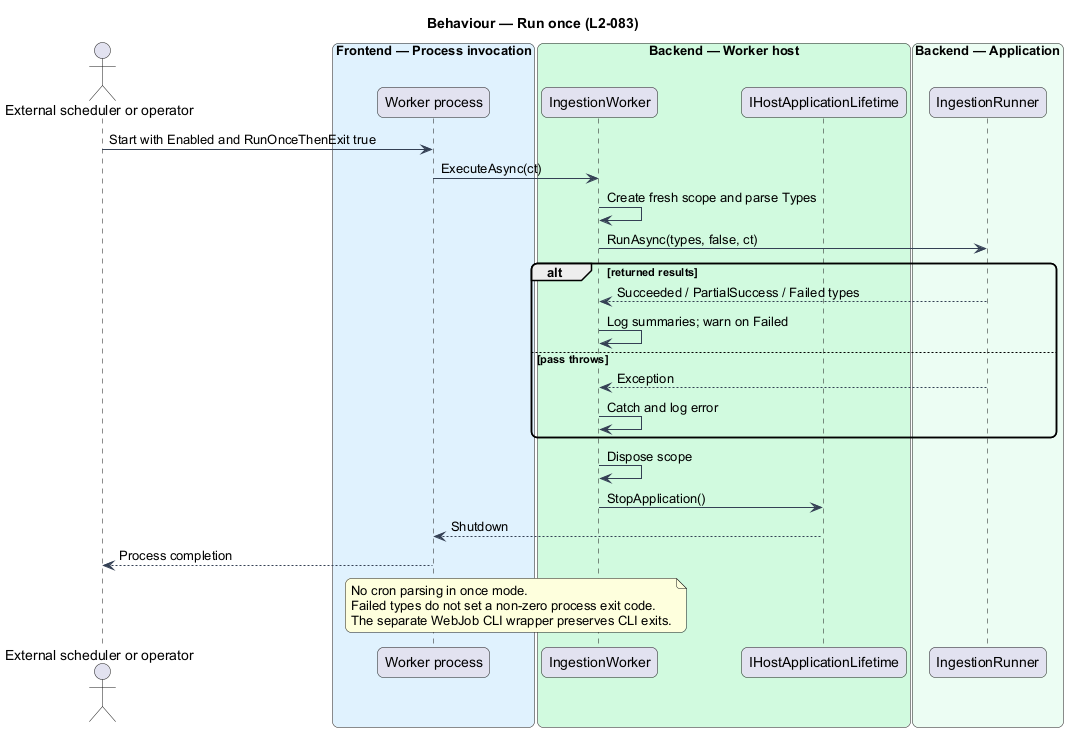
QuinntyneBrown/saturdaze keeps this PlantUML diagram as docs/detailed-designs/operations/schedule-catalog-ingestion/diagrams/sequence-run-once.png. Above is the earlier version.
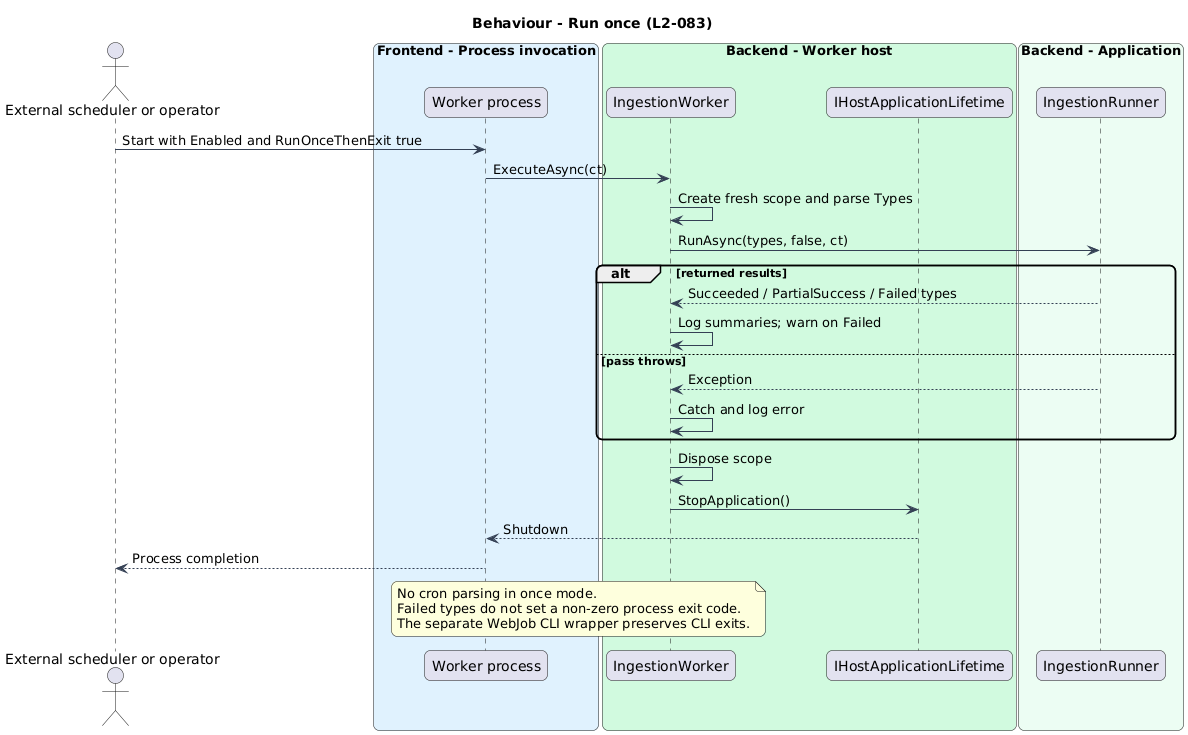
After the change.

Change to the diagram source:
```diff
@@ -5,16 +5,16 @@
 skinparam defaultFontName Arial
 skinparam ArrowColor #344054
 
-title Behaviour — Run once (L2-083)
+title Behaviour - Run once (L2-083)
 actor "External scheduler or operator" as actor
-box "Frontend — Process invocation" #E0F2FE
+box "Frontend - Process invocation" #E0F2FE
  participant "Worker process" as process
 end box
-box "Backend — Worker host" #D1FADF
+box "Backend - Worker host" #D1FADF
  participant IngestionWorker as worker
  participant IHostApplicationLifetime as lifetime
 end box
-box "Backend — Application" #ECFDF3
+box "Backend - Application" #ECFDF3
  participant IngestionRunner as runner
 end box
 actor -> process : Start with Enabled and RunOnceThenExit true
```
